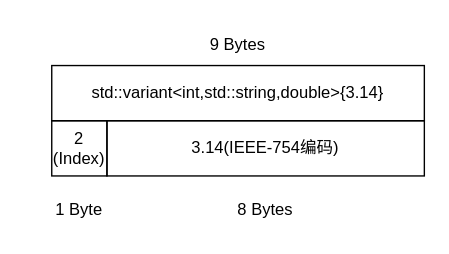
Above: website/docs/en/struct_pack/images/layout/expected.drawio in alibaba/yalantinglibs (draw.io), before the change. Source tidied: cells renumbered, new cells numbered last; positions are measured from the earlier drawing's top-left corner, leaving out a move shared by most shapes. Both pictures are drawn from the tidied source at 138%, with x=0, y=0 at pixel (37, 23).
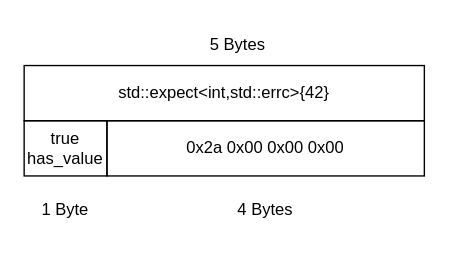
The same page after the edit.

Diff of the diagram source:
```diff
@@
 <mxGraphModel>
   <root>
     <mxCell id="0" />
     <mxCell id="1" parent="0" />
-    <mxCell id="2" value="std::variant&amp;lt;int,std::string,double&amp;gt;{3.14}" style="rounded=0;whiteSpace=wrap;html=1;fillColor=none;" parent="1" vertex="1">
-      <mxGeometry x="10" y="30" width="270" height="40" as="geometry" />
+    <mxCell id="2" value="std::expect&amp;lt;int,std::errc&amp;gt;{42}" style="rounded=0;whiteSpace=wrap;html=1;fillColor=none;" parent="1" vertex="1">
+      <mxGeometry x="-10" y="30" width="290" height="40" as="geometry" />
     </mxCell>
-    <mxCell id="3" value="9 Bytes" style="text;html=1;strokeColor=none;fillColor=none;align=center;verticalAlign=middle;whiteSpace=wrap;rounded=0;" parent="1" vertex="1">
+    <mxCell id="3" value="5 Bytes" style="text;html=1;strokeColor=none;fillColor=none;align=center;verticalAlign=middle;whiteSpace=wrap;rounded=0;" parent="1" vertex="1">
       <mxGeometry x="115" width="60" height="30" as="geometry" />
     </mxCell>
-    <mxCell id="4" value="3.14(IEEE-754编码)" style="rounded=0;whiteSpace=wrap;html=1;fillColor=none;" parent="1" vertex="1">
+    <mxCell id="4" value="0x2a 0x00 0x00 0x00" style="rounded=0;whiteSpace=wrap;html=1;fillColor=none;" parent="1" vertex="1">
       <mxGeometry x="50" y="70" width="230" height="40" as="geometry" />
     </mxCell>
-    <mxCell id="5" value="2&lt;br&gt;(Index)" style="rounded=0;whiteSpace=wrap;html=1;fillColor=none;" parent="1" vertex="1">
-      <mxGeometry x="10" y="70" width="40" height="40" as="geometry" />
+    <mxCell id="5" value="true&lt;br&gt;has_value" style="rounded=0;whiteSpace=wrap;html=1;fillColor=none;" parent="1" vertex="1">
+      <mxGeometry x="-10" y="70" width="60" height="40" as="geometry" />
     </mxCell>
-    <mxCell id="6" value="8 Bytes" style="text;html=1;strokeColor=none;fillColor=none;align=center;verticalAlign=middle;whiteSpace=wrap;rounded=0;" parent="1" vertex="1">
+    <mxCell id="6" value="4 Bytes" style="text;html=1;strokeColor=none;fillColor=none;align=center;verticalAlign=middle;whiteSpace=wrap;rounded=0;" parent="1" vertex="1">
       <mxGeometry x="135" y="120" width="60" height="30" as="geometry" />
     </mxCell>
     <mxCell id="7" value="1 Byte" style="text;html=1;strokeColor=none;fillColor=none;align=center;verticalAlign=middle;whiteSpace=wrap;rounded=0;" parent="1" vertex="1">
-      <mxGeometry y="120" width="60" height="30" as="geometry" />
+      <mxGeometry x="-10" y="120" width="60" height="30" as="geometry" />
     </mxCell>
   </root>
 </mxGraphModel>
```
